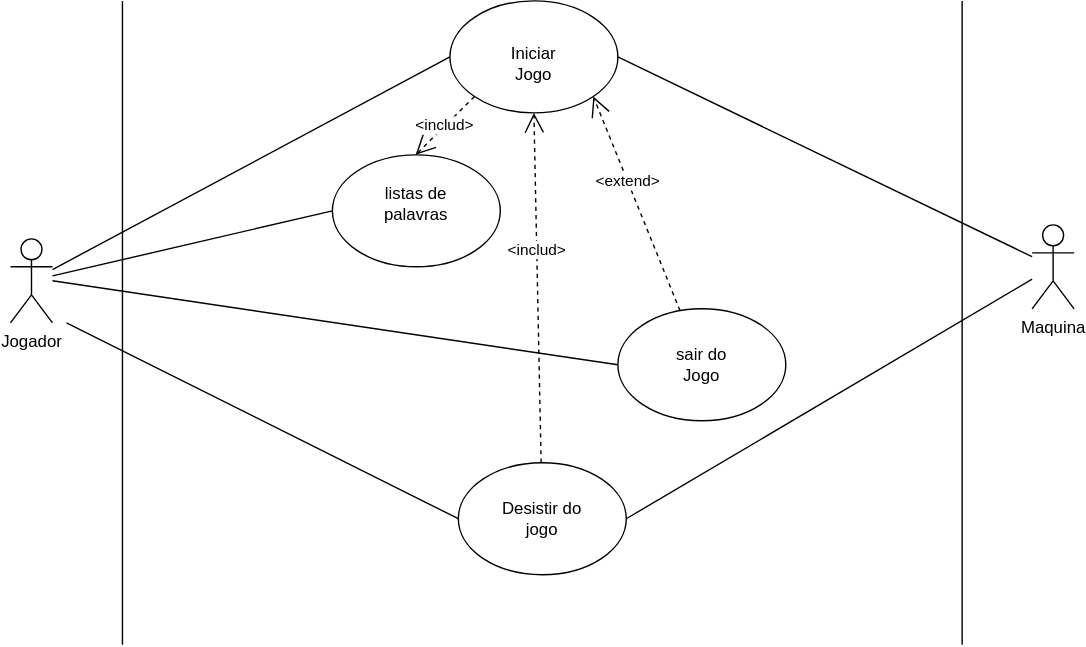
Above: diagrama caso de uso forca.drawio.svg in Rob3rt2/Jogo_forca (draw.io), before the change. Source tidied: cells renumbered, new cells last; positions are measured from the earlier drawing's top-left corner, leaving out a move shared by most shapes.
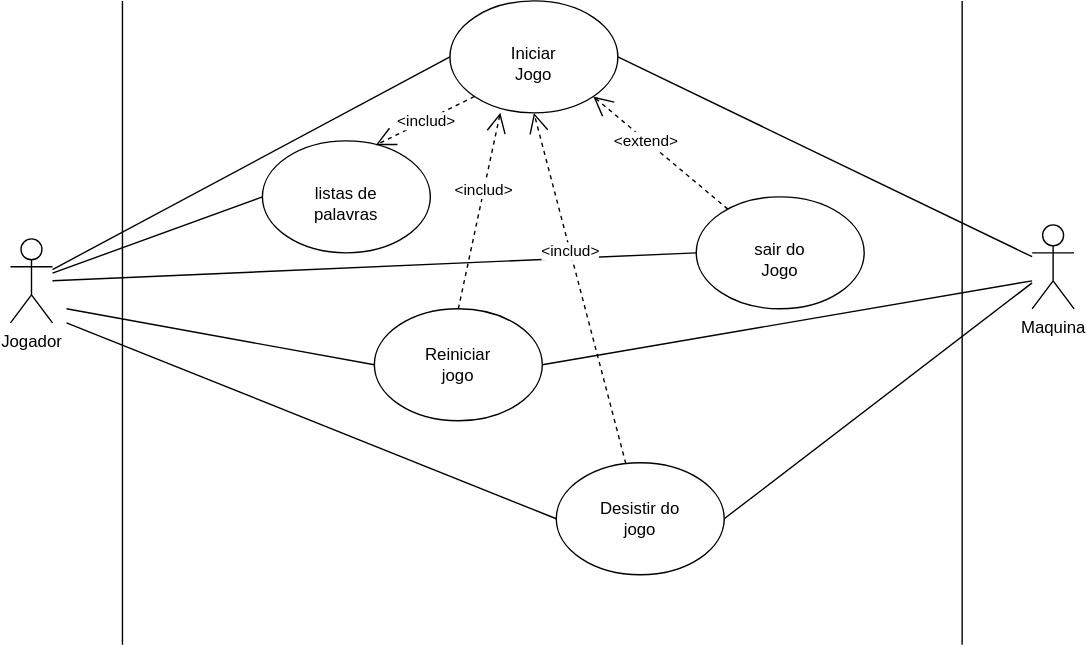
Above is the later version.

Commit message:
adicionando caso de uso

Change to the diagram source:
```diff
@@ -6,13 +6,13 @@
       <mxGeometry x="314" width="120" height="80" as="geometry" />
     </mxCell>
     <mxCell id="3" style="ellipse;whiteSpace=wrap;html=1;" parent="1" vertex="1">
-      <mxGeometry x="434" y="220" width="120" height="80" as="geometry" />
+      <mxGeometry x="490" y="140" width="120" height="80" as="geometry" />
     </mxCell>
     <mxCell id="4" style="ellipse;whiteSpace=wrap;html=1;" parent="1" vertex="1">
-      <mxGeometry x="320" y="330" width="120" height="80" as="geometry" />
+      <mxGeometry x="390" y="330" width="120" height="80" as="geometry" />
     </mxCell>
     <mxCell id="5" style="ellipse;whiteSpace=wrap;html=1;" parent="1" vertex="1">
-      <mxGeometry x="230" y="110" width="120" height="80" as="geometry" />
+      <mxGeometry x="180" y="100" width="120" height="80" as="geometry" />
     </mxCell>
     <mxCell id="6" style="endArrow=none;html=1;rounded=0;" parent="1" edge="1">
       <mxGeometry relative="1" as="geometry">
@@ -42,13 +42,13 @@
       <mxGeometry x="344" y="30" width="60" height="30" as="geometry" />
     </mxCell>
     <mxCell id="13" value="sair do Jogo" style="text;html=1;strokeColor=none;fillColor=none;align=center;verticalAlign=middle;whiteSpace=wrap;rounded=0;" parent="1" vertex="1">
-      <mxGeometry x="464" y="245" width="60" height="30" as="geometry" />
+      <mxGeometry x="520" y="170" width="60" height="30" as="geometry" />
     </mxCell>
     <mxCell id="14" value="Desistir do jogo" style="text;html=1;strokeColor=none;fillColor=none;align=center;verticalAlign=middle;whiteSpace=wrap;rounded=0;" parent="1" vertex="1">
-      <mxGeometry x="350" y="355" width="60" height="30" as="geometry" />
+      <mxGeometry x="420" y="355" width="60" height="30" as="geometry" />
     </mxCell>
     <mxCell id="15" value="listas de palavras" style="text;html=1;strokeColor=none;fillColor=none;align=center;verticalAlign=middle;whiteSpace=wrap;rounded=0;" parent="1" vertex="1">
-      <mxGeometry x="260" y="130" width="60" height="30" as="geometry" />
+      <mxGeometry x="210" y="130" width="60" height="30" as="geometry" />
     </mxCell>
     <mxCell id="16" style="endArrow=none;html=1;rounded=0;entryX=0;entryY=0.5;entryDx=0;entryDy=0;" parent="1" edge="1" source="8" target="5">
       <mxGeometry relative="1" as="geometry" />
@@ -66,10 +66,8 @@
     <mxCell id="19" value="&amp;lt;includ&amp;gt;" style="endArrow=open;endSize=12;dashed=1;html=1;rounded=0;entryX=0.5;entryY=1;entryDx=0;entryDy=0;" parent="1" edge="1" source="4" target="2">
       <mxGeometry x="0.21" relative="1" as="geometry" />
     </mxCell>
-    <mxCell id="20" value="&amp;lt;includ&amp;gt;" style="endArrow=open;endSize=12;dashed=1;html=1;rounded=0;entryX=0.5;entryY=1;entryDx=0;entryDy=0;exitX=0;exitY=1;exitDx=0;exitDy=0;" parent="1" edge="1" source="2">
-      <mxGeometry relative="1" as="geometry">
-        <mxPoint x="289.5" y="110" as="targetPoint" />
-      </mxGeometry>
+    <mxCell id="20" value="&amp;lt;includ&amp;gt;" style="endArrow=open;endSize=12;dashed=1;html=1;rounded=0;entryX=0.675;entryY=0.038;entryDx=0;entryDy=0;exitX=0;exitY=1;exitDx=0;exitDy=0;entryPerimeter=0;" parent="1" edge="1" source="2" target="5">
+      <mxGeometry relative="1" as="geometry" />
     </mxCell>
     <mxCell id="21" value="&amp;lt;extend&amp;gt;" style="endArrow=open;endSize=12;dashed=1;html=1;rounded=0;entryX=1;entryY=1;entryDx=0;entryDy=0;" parent="1" edge="1" source="3" target="2">
       <mxGeometry x="0.21" relative="1" as="geometry" />
@@ -77,5 +75,24 @@
     <mxCell id="22" style="endArrow=none;html=1;rounded=0;exitX=1;exitY=0.5;exitDx=0;exitDy=0;" parent="1" edge="1" source="4" target="9">
       <mxGeometry relative="1" as="geometry" />
     </mxCell>
+    <mxCell id="23" style="ellipse;whiteSpace=wrap;html=1;" parent="1" vertex="1">
+      <mxGeometry x="260" y="220" width="120" height="80" as="geometry" />
+    </mxCell>
+    <mxCell id="24" value="Reiniciar jogo" style="text;html=1;strokeColor=none;fillColor=none;align=center;verticalAlign=middle;whiteSpace=wrap;rounded=0;" parent="1" vertex="1">
+      <mxGeometry x="290" y="245" width="60" height="30" as="geometry" />
+    </mxCell>
+    <mxCell id="25" style="endArrow=none;html=1;rounded=0;entryX=0;entryY=0.5;entryDx=0;entryDy=0;" parent="1" edge="1" target="23">
+      <mxGeometry relative="1" as="geometry">
+        <mxPoint x="40" y="220" as="sourcePoint" />
+      </mxGeometry>
+    </mxCell>
+    <mxCell id="26" style="endArrow=none;html=1;rounded=0;exitX=1;exitY=0.5;exitDx=0;exitDy=0;" parent="1" edge="1" source="23">
+      <mxGeometry relative="1" as="geometry">
+        <mxPoint x="730" y="200" as="targetPoint" />
+      </mxGeometry>
+    </mxCell>
+    <mxCell id="27" value="&amp;lt;includ&amp;gt;" style="endArrow=open;endSize=12;dashed=1;html=1;rounded=0;entryX=0.3;entryY=1;entryDx=0;entryDy=0;exitX=0.5;exitY=0;exitDx=0;exitDy=0;entryPerimeter=0;" parent="1" edge="1" source="23" target="2">
+      <mxGeometry x="0.21" relative="1" as="geometry" />
+    </mxCell>
   </root>
 </mxGraphModel>
```
